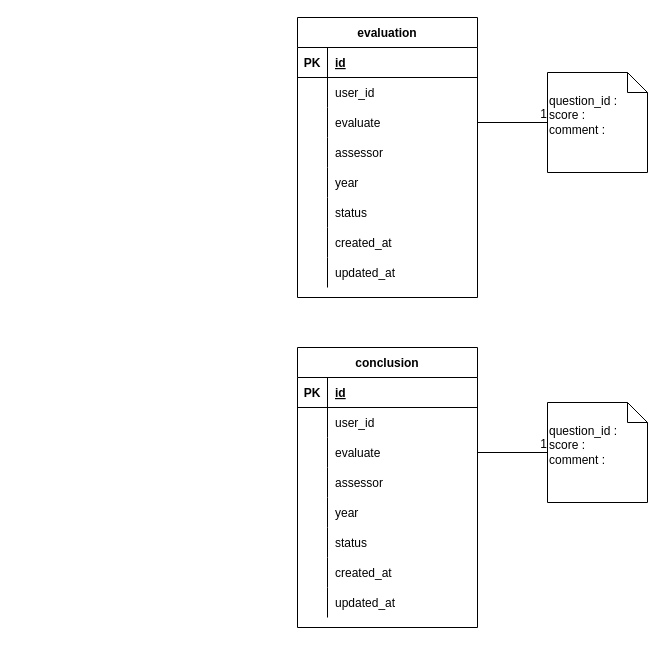
Above: page "Evaluation" (3 of 3) of Eva.drawio in gumpon/evatest (draw.io), before the change. Source tidied: cells renumbered, new cells numbered last; positions are measured from the earlier drawing's top-left corner, leaving out a move shared by most shapes. Both pictures are drawn from the tidied source at 100%, with x=0, y=0 at pixel (297, 17).
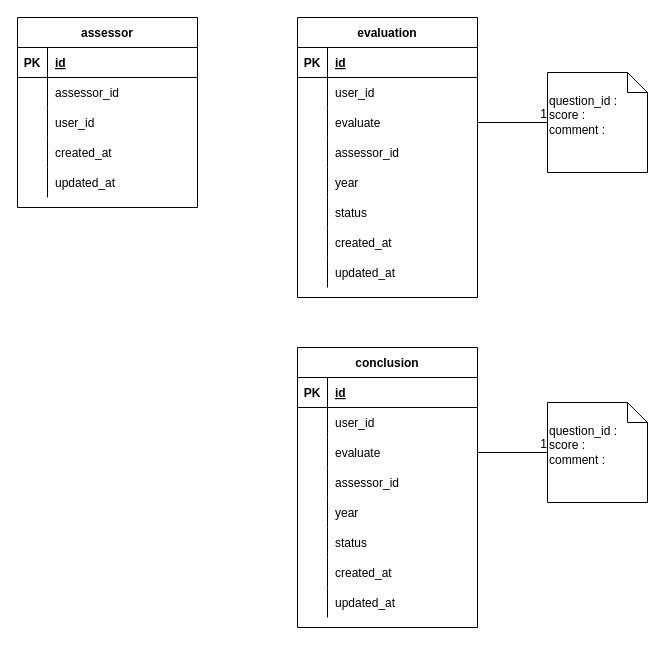
Above is the later version.

Commit message:
Update Assessor table Eva.drawio

The change refers to these unchanged cells:
```xml
<mxCell id="15" style="shape=partialRectangle;fillColor=none;top=0;left=0;bottom=0;right=0;" parent="5" vertex="1">
  <mxGeometry y="120" width="180" height="30" as="geometry" />
</mxCell>
<mxCell id="40" style="shape=partialRectangle;fillColor=none;top=0;left=0;bottom=0;right=0;points=[[0,0.5],[1,0.5]];portConstraint=eastwest;" parent="33" vertex="1">
  <mxGeometry y="90" width="180" height="30" as="geometry" />
</mxCell>
<mxCell id="43" style="shape=partialRectangle;fillColor=none;top=0;left=0;bottom=0;right=0;" parent="33" vertex="1">
  <mxGeometry y="120" width="180" height="30" as="geometry" />
</mxCell>
```

Change to the diagram source:
```diff
@@
+    <mxCell id="30" value="&lt;span&gt;question_id :&lt;br&gt;&lt;/span&gt;&lt;span&gt;score :&amp;nbsp;&lt;br&gt;&lt;/span&gt;&lt;span&gt;comment :&lt;/span&gt;&lt;span&gt;&lt;br&gt;&lt;br&gt;&lt;/span&gt;" style="shape=note;size=20;whiteSpace=wrap;html=1;align=left;" parent="1" vertex="1">
+      <mxGeometry x="250" y="385" width="100" height="100" as="geometry" />
+    </mxCell>
+    <mxCell id="31" style="endArrow=none;html=1;rounded=0;exitX=1;exitY=0.5;exitDx=0;exitDy=0;" parent="1" edge="1" source="40" target="30">
+      <mxGeometry relative="1" as="geometry" />
+    </mxCell>
+    <mxCell id="32" value="1" style="html=1;align=right;verticalAlign=bottom;" parent="31" vertex="1">
+      <mxGeometry x="1" relative="1" as="geometry" />
+    </mxCell>
+    <mxCell id="58" value="assessor" style="shape=table;startSize=30;childLayout=tableLayout;rowLines=0;fontStyle=1;align=center;" parent="1" vertex="1">
+      <mxGeometry x="-280" width="180" height="190" as="geometry" />
+    </mxCell>
+    <mxCell id="59" style="shape=partialRectangle;fillColor=none;top=0;left=0;bottom=1;right=0;" parent="58" vertex="1">
+      <mxGeometry y="30" width="180" height="30" as="geometry" />
+    </mxCell>
+    <mxCell id="60" value="PK" style="shape=partialRectangle;fillColor=none;top=0;left=0;bottom=0;right=0;fontStyle=1;overflow=hidden;" parent="59" vertex="1">
+      <mxGeometry width="30" height="30" as="geometry" />
+    </mxCell>
+    <mxCell id="61" value="id" style="shape=partialRectangle;fillColor=none;top=0;left=0;bottom=0;right=0;align=left;spacingLeft=6;fontStyle=5;overflow=hidden;" parent="59" vertex="1">
+      <mxGeometry x="30" width="150" height="30" as="geometry" />
+    </mxCell>
+    <mxCell id="62" style="shape=partialRectangle;fillColor=none;top=0;left=0;bottom=0;right=0;" parent="58" vertex="1">
+      <mxGeometry y="60" width="180" height="30" as="geometry" />
+    </mxCell>
+    <mxCell id="63" style="shape=partialRectangle;fillColor=none;top=0;left=0;bottom=0;right=0;overflow=hidden;" parent="62" vertex="1">
+      <mxGeometry width="30" height="30" as="geometry" />
+    </mxCell>
+    <mxCell id="64" value="assessor_id" style="shape=partialRectangle;fillColor=none;top=0;left=0;bottom=0;right=0;align=left;spacingLeft=6;overflow=hidden;" parent="62" vertex="1">
+      <mxGeometry x="30" width="150" height="30" as="geometry" />
+    </mxCell>
+    <mxCell id="65" style="shape=partialRectangle;fillColor=none;top=0;left=0;bottom=0;right=0;" parent="58" vertex="1">
+      <mxGeometry y="90" width="180" height="30" as="geometry" />
+    </mxCell>
+    <mxCell id="66" style="shape=partialRectangle;fillColor=none;top=0;left=0;bottom=0;right=0;overflow=hidden;" parent="65" vertex="1">
+      <mxGeometry width="30" height="30" as="geometry" />
+    </mxCell>
+    <mxCell id="67" value="user_id" style="shape=partialRectangle;fillColor=none;top=0;left=0;bottom=0;right=0;align=left;spacingLeft=6;overflow=hidden;" parent="65" vertex="1">
+      <mxGeometry x="30" width="150" height="30" as="geometry" />
+    </mxCell>
+    <mxCell id="68" style="shape=partialRectangle;fillColor=none;top=0;left=0;bottom=0;right=0;" parent="58" vertex="1">
+      <mxGeometry y="120" width="180" height="30" as="geometry" />
+    </mxCell>
+    <mxCell id="69" style="shape=partialRectangle;fillColor=none;top=0;left=0;bottom=0;right=0;overflow=hidden;" parent="68" vertex="1">
+      <mxGeometry width="30" height="30" as="geometry" />
+    </mxCell>
+    <mxCell id="70" value="created_at" style="shape=partialRectangle;fillColor=none;top=0;left=0;bottom=0;right=0;align=left;spacingLeft=6;overflow=hidden;" parent="68" vertex="1">
+      <mxGeometry x="30" width="150" height="30" as="geometry" />
+    </mxCell>
+    <mxCell id="71" style="shape=partialRectangle;fillColor=none;top=0;left=0;bottom=0;right=0;" parent="58" vertex="1">
+      <mxGeometry y="150" width="180" height="30" as="geometry" />
+    </mxCell>
+    <mxCell id="72" style="shape=partialRectangle;fillColor=none;top=0;left=0;bottom=0;right=0;overflow=hidden;" parent="71" vertex="1">
+      <mxGeometry width="30" height="30" as="geometry" />
+    </mxCell>
+    <mxCell id="73" value="updated_at" style="shape=partialRectangle;fillColor=none;top=0;left=0;bottom=0;right=0;align=left;spacingLeft=6;overflow=hidden;" parent="71" vertex="1">
+      <mxGeometry x="30" width="150" height="30" as="geometry" />
+    </mxCell>
@@
-    <mxCell id="17" value="assessor" style="shape=partialRectangle;fillColor=none;top=0;left=0;bottom=0;right=0;align=left;spacingLeft=6;overflow=hidden;" parent="15" vertex="1">
+    <mxCell id="17" value="assessor_id" style="shape=partialRectangle;fillColor=none;top=0;left=0;bottom=0;right=0;align=left;spacingLeft=6;overflow=hidden;" parent="15" vertex="1">
       <mxGeometry x="30" width="150" height="30" as="geometry" />
     </mxCell>
@@
-    <mxCell id="30" value="&lt;span&gt;question_id :&lt;br&gt;&lt;/span&gt;&lt;span&gt;score :&amp;nbsp;&lt;br&gt;&lt;/span&gt;&lt;span&gt;comment :&lt;/span&gt;&lt;span&gt;&lt;br&gt;&lt;br&gt;&lt;/span&gt;" style="shape=note;size=20;whiteSpace=wrap;html=1;align=left;" parent="1" vertex="1">
-      <mxGeometry x="250" y="385" width="100" height="100" as="geometry" />
-    </mxCell>
-    <mxCell id="31" style="endArrow=none;html=1;rounded=0;exitX=1;exitY=0.5;exitDx=0;exitDy=0;" parent="1" edge="1" source="40" target="30">
-      <mxGeometry relative="1" as="geometry" />
-    </mxCell>
-    <mxCell id="32" value="1" style="html=1;align=right;verticalAlign=bottom;" parent="31" vertex="1">
-      <mxGeometry x="1" relative="1" as="geometry" />
-    </mxCell>
@@
-    <mxCell id="45" value="assessor" style="shape=partialRectangle;fillColor=none;top=0;left=0;bottom=0;right=0;align=left;spacingLeft=6;overflow=hidden;" parent="43" vertex="1">
+    <mxCell id="45" value="assessor_id" style="shape=partialRectangle;fillColor=none;top=0;left=0;bottom=0;right=0;align=left;spacingLeft=6;overflow=hidden;" parent="43" vertex="1">
       <mxGeometry x="30" width="150" height="30" as="geometry" />
     </mxCell>
```
